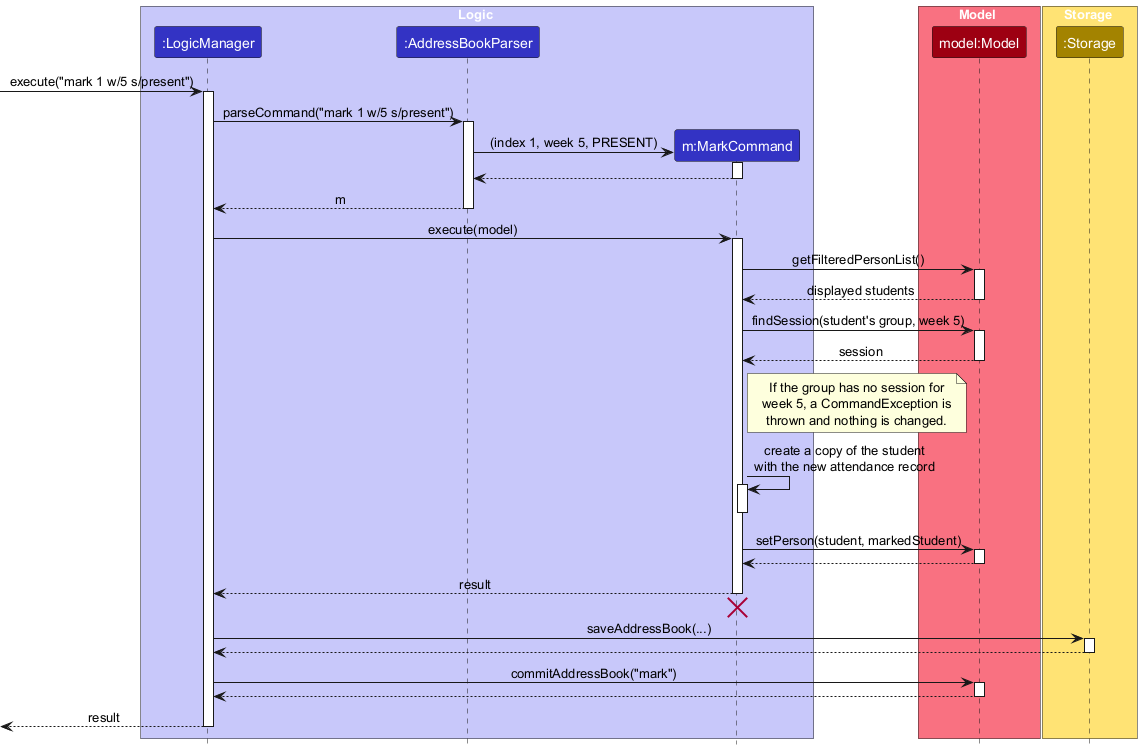
The PlantUML diagram docs/images/MarkSequenceDiagram.png in AY2627S1-CS2103T-F12-4/tp, before a commit.
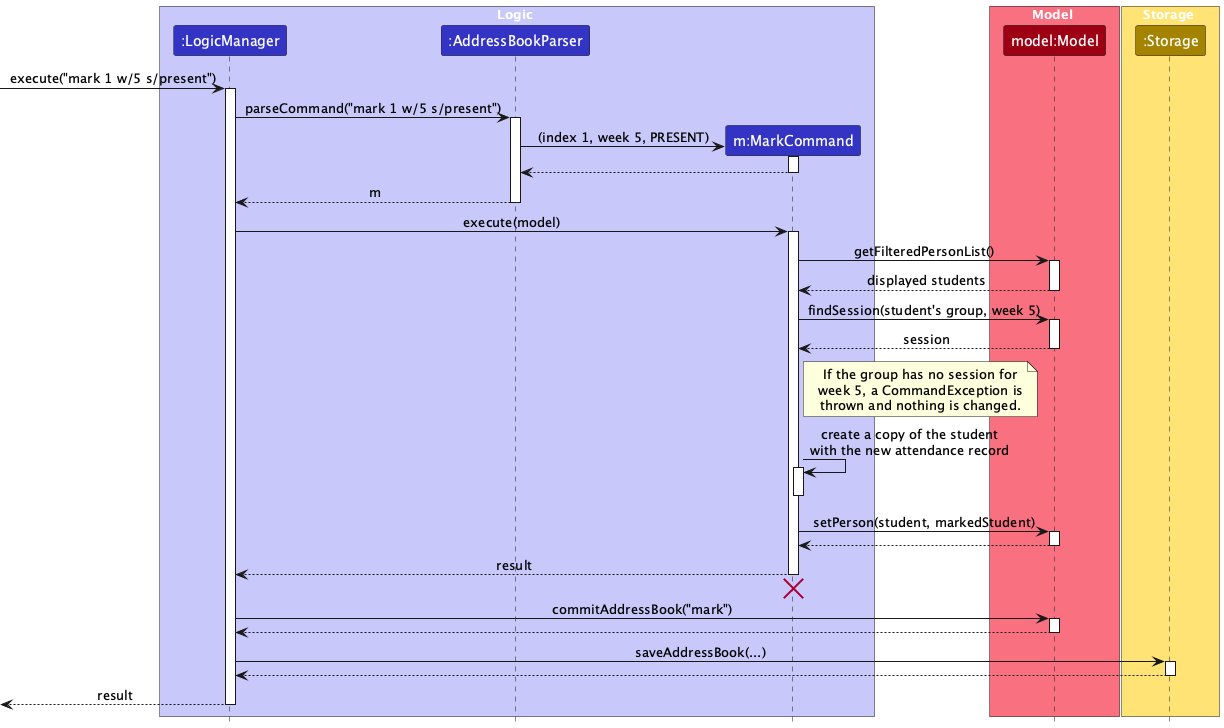
Later version of the same file.

Commit message:
Reject null history records and correct attendance diagram

The edit, as a diff of the source:
```diff
@@ -64,16 +64,16 @@
 MarkCommand -[hidden]-> LogicManager
 destroy MarkCommand
 
+LogicManager -> Model : commitAddressBook("mark")
+activate Model
+Model --> LogicManager
+deactivate Model
+
 LogicManager -> Storage : saveAddressBook(...)
 activate Storage
 Storage --> LogicManager
 deactivate Storage
 
-LogicManager -> Model : commitAddressBook("mark")
-activate Model
-Model --> LogicManager
-deactivate Model
-
 [<-- LogicManager : result
 deactivate LogicManager
 @enduml
```
